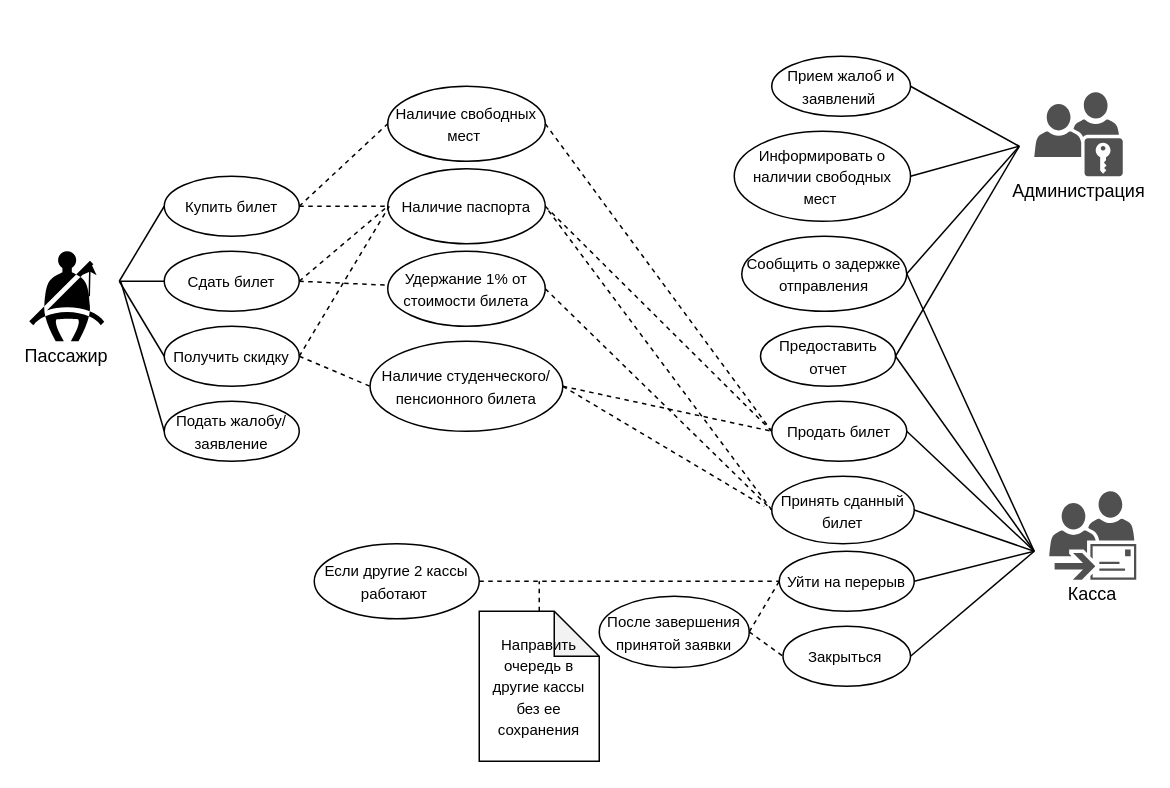
tacha7/Asya keeps this draw.io diagram as ticket.drawio. Above is the earlier version. Source tidied: cells renumbered, new cells numbered last; positions are measured from the earlier drawing's top-left corner, leaving out a move shared by most shapes. Both pictures are drawn from the tidied source at 150%, with x=0, y=0 at pixel (28, 56).
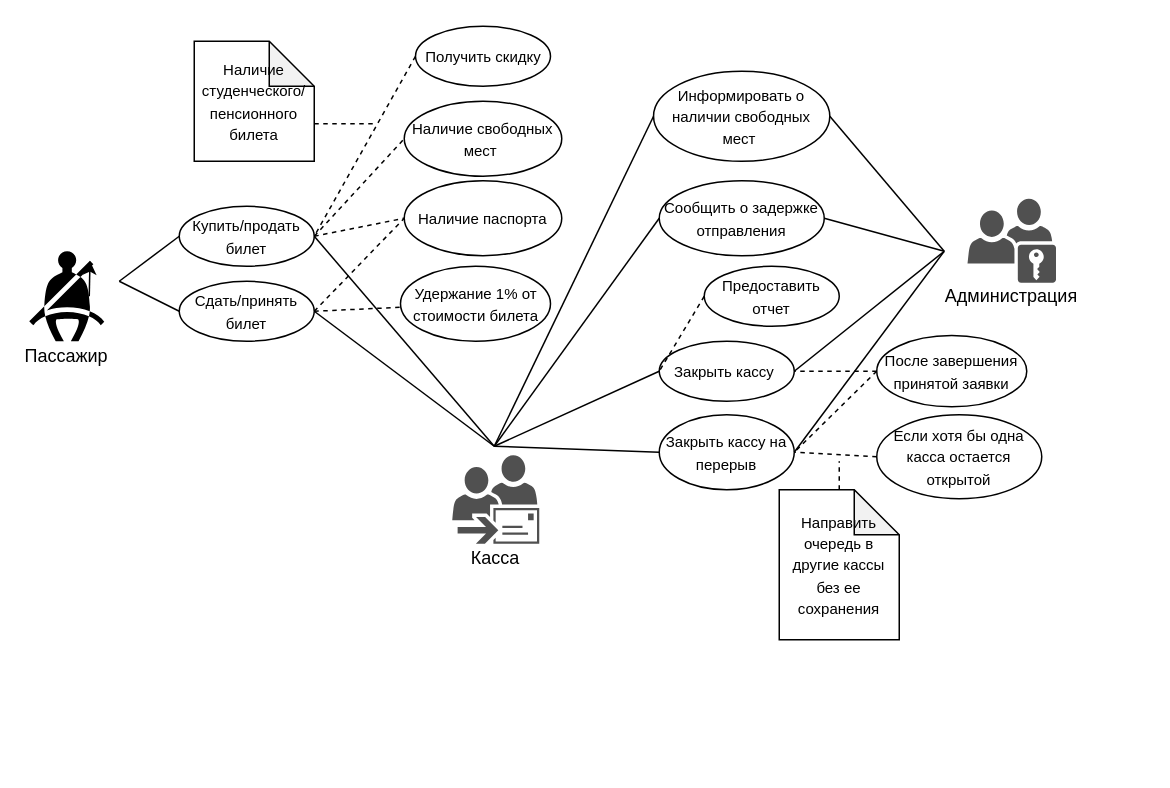
The same diagram, later.

The edit, as a diff of the source:
```diff
@@
     <mxCell id="3" style="shadow=0;dashed=0;html=1;strokeColor=none;fillColor=#505050;labelPosition=center;verticalLabelPosition=bottom;verticalAlign=top;align=center;shape=mxgraph.office.users.dynamic_distribution_group;" parent="1" vertex="1">
-      <mxGeometry x="680" y="290" width="58" height="59" as="geometry" />
+      <mxGeometry x="282" y="266" width="58" height="59" as="geometry" />
     </mxCell>
     <mxCell id="4" style="endArrow=none;dashed=1;html=1;exitX=0.5;exitY=0;exitDx=0;exitDy=0;exitPerimeter=0;" parent="1" edge="1" source="44">
       <mxGeometry relative="1" as="geometry">
-        <mxPoint x="340" y="350" as="targetPoint" />
+        <mxPoint x="540" y="270" as="targetPoint" />
       </mxGeometry>
     </mxCell>
-    <mxCell id="5" value="&lt;font style=&quot;font-size: 10px&quot;&gt;Купить билет&lt;/font&gt;" style="ellipse;whiteSpace=wrap;html=1;" parent="1" vertex="1">
-      <mxGeometry x="90" y="80" width="90" height="40" as="geometry" />
+    <mxCell id="5" value="&lt;font style=&quot;font-size: 10px&quot;&gt;Купить/продать билет&lt;/font&gt;" style="ellipse;whiteSpace=wrap;html=1;" parent="1" vertex="1">
+      <mxGeometry x="100" y="100" width="90" height="40" as="geometry" />
     </mxCell>
-    <mxCell id="6" value="&lt;font style=&quot;font-size: 10px&quot;&gt;Сдать билет&lt;/font&gt;" style="ellipse;whiteSpace=wrap;html=1;" parent="1" vertex="1">
-      <mxGeometry x="90" y="130" width="90" height="40" as="geometry" />
+    <mxCell id="6" value="&lt;font style=&quot;font-size: 10px&quot;&gt;Сдать/принять билет&lt;/font&gt;" style="ellipse;whiteSpace=wrap;html=1;" parent="1" vertex="1">
+      <mxGeometry x="100" y="150" width="90" height="40" as="geometry" />
     </mxCell>
     <mxCell id="7" value="&lt;font style=&quot;font-size: 10px&quot;&gt;Получить скидку&lt;/font&gt;" style="ellipse;whiteSpace=wrap;html=1;" parent="1" vertex="1">
-      <mxGeometry x="90" y="180" width="90" height="40" as="geometry" />
+      <mxGeometry x="257.5" y="-20" width="90" height="40" as="geometry" />
     </mxCell>
     <mxCell id="8" value="&lt;span style=&quot;font-size: 10px&quot;&gt;Наличие свободных мест&amp;nbsp;&lt;/span&gt;" style="ellipse;whiteSpace=wrap;html=1;" parent="1" vertex="1">
-      <mxGeometry x="239" y="20" width="105" height="50" as="geometry" />
+      <mxGeometry x="250" y="30" width="105" height="50" as="geometry" />
     </mxCell>
     <mxCell id="9" value="&lt;span style=&quot;font-size: 10px&quot;&gt;Наличие паспорта&lt;/span&gt;" style="ellipse;whiteSpace=wrap;html=1;" parent="1" vertex="1">
-      <mxGeometry x="239" y="75" width="105" height="50" as="geometry" />
+      <mxGeometry x="250" y="83" width="105" height="50" as="geometry" />
     </mxCell>
-    <mxCell id="10" value="&lt;span style=&quot;font-size: 10px&quot;&gt;Наличие студенческого/пенсионного билета&lt;/span&gt;" style="ellipse;whiteSpace=wrap;html=1;" parent="1" vertex="1">
-      <mxGeometry x="227.2" y="190" width="128.5" height="60" as="geometry" />
-    </mxCell>
     <mxCell id="11" value="&lt;span style=&quot;font-size: 10px&quot;&gt;Удержание 1% от стоимости билета&lt;/span&gt;" style="ellipse;whiteSpace=wrap;html=1;" parent="1" vertex="1">
-      <mxGeometry x="239" y="130" width="105" height="50" as="geometry" />
+      <mxGeometry x="247.5" y="140" width="100" height="50" as="geometry" />
     </mxCell>
-    <mxCell id="12" value="&lt;span style=&quot;font-size: 10px&quot;&gt;Продать билет&lt;/span&gt;" style="ellipse;whiteSpace=wrap;html=1;" parent="1" vertex="1">
-      <mxGeometry x="495" y="230" width="90" height="40" as="geometry" />
-    </mxCell>
-    <mxCell id="13" value="&lt;span style=&quot;font-size: 10px&quot;&gt;Принять сданный билет&lt;/span&gt;" style="ellipse;whiteSpace=wrap;html=1;" parent="1" vertex="1">
-      <mxGeometry x="495" y="280" width="95" height="45" as="geometry" />
-    </mxCell>
-    <mxCell id="14" value="&lt;span style=&quot;font-size: 10px&quot;&gt;Уйти на перерыв&lt;/span&gt;" style="ellipse;whiteSpace=wrap;html=1;" parent="1" vertex="1">
-      <mxGeometry x="500" y="330" width="90" height="40" as="geometry" />
+    <mxCell id="14" value="&lt;span style=&quot;font-size: 10px&quot;&gt;Закрыть кассу на перерыв&lt;/span&gt;" style="ellipse;whiteSpace=wrap;html=1;" parent="1" vertex="1">
+      <mxGeometry x="420" y="239" width="90" height="50" as="geometry" />
     </mxCell>
     <mxCell id="15" value="&lt;span style=&quot;font-size: 10px&quot;&gt;Предоставить&lt;br&gt;отчет&lt;/span&gt;" style="ellipse;whiteSpace=wrap;html=1;" parent="1" vertex="1">
-      <mxGeometry x="487.5" y="180" width="90" height="40" as="geometry" />
+      <mxGeometry x="450" y="140" width="90" height="40" as="geometry" />
     </mxCell>
-    <mxCell id="16" value="&lt;span style=&quot;font-size: 10px&quot;&gt;Закрыться&amp;nbsp;&lt;/span&gt;" style="ellipse;whiteSpace=wrap;html=1;" parent="1" vertex="1">
-      <mxGeometry x="502.5" y="380" width="85" height="40" as="geometry" />
+    <mxCell id="16" value="&lt;span style=&quot;font-size: 10px&quot;&gt;Закрыть кассу&amp;nbsp;&lt;/span&gt;" style="ellipse;whiteSpace=wrap;html=1;" parent="1" vertex="1">
+      <mxGeometry x="420" y="190" width="90" height="40" as="geometry" />
     </mxCell>
     <mxCell id="17" value="&lt;span style=&quot;font-size: 10px&quot;&gt;Сообщить о задержке отправления&lt;/span&gt;" style="ellipse;whiteSpace=wrap;html=1;" parent="1" vertex="1">
-      <mxGeometry x="475" y="120" width="110" height="50" as="geometry" />
+      <mxGeometry x="420" y="83" width="110" height="50" as="geometry" />
     </mxCell>
-    <mxCell id="18" value="&lt;span style=&quot;font-size: 10px&quot;&gt;Если другие 2 кассы работают&amp;nbsp;&lt;/span&gt;" style="ellipse;whiteSpace=wrap;html=1;" parent="1" vertex="1">
-      <mxGeometry x="190" y="325" width="110" height="50" as="geometry" />
+    <mxCell id="18" value="&lt;span style=&quot;font-size: 10px&quot;&gt;Если хотя бы одна касса остается открытой&lt;/span&gt;" style="ellipse;whiteSpace=wrap;html=1;" parent="1" vertex="1">
+      <mxGeometry x="565" y="239" width="110" height="56" as="geometry" />
     </mxCell>
     <mxCell id="19" value="&lt;span style=&quot;font-size: 10px&quot;&gt;После завершения принятой заявки&lt;/span&gt;" style="ellipse;whiteSpace=wrap;html=1;" parent="1" vertex="1">
-      <mxGeometry x="380" y="360" width="100" height="47.5" as="geometry" />
+      <mxGeometry x="565" y="186.2" width="100" height="47.5" as="geometry" />
     </mxCell>
     <mxCell id="20" style="shadow=0;dashed=0;html=1;strokeColor=none;fillColor=#505050;labelPosition=center;verticalLabelPosition=bottom;verticalAlign=top;align=center;shape=mxgraph.office.security.role_group;" parent="1" vertex="1">
-      <mxGeometry x="670" y="24" width="59" height="56" as="geometry" />
+      <mxGeometry x="625.5" y="95" width="59" height="56" as="geometry" />
     </mxCell>
@@
-    <mxCell id="24" style="endArrow=none;html=1;exitX=0;exitY=0.5;exitDx=0;exitDy=0;" parent="1" edge="1" source="7">
-      <mxGeometry relative="1" as="geometry">
-        <mxPoint x="60" y="150" as="targetPoint" />
-      </mxGeometry>
-    </mxCell>
-    <mxCell id="25" style="endArrow=none;html=1;exitX=1;exitY=0.5;exitDx=0;exitDy=0;" parent="1" edge="1" source="14">
+    <mxCell id="25" style="endArrow=none;html=1;exitX=0;exitY=0.5;exitDx=0;exitDy=0;" parent="1" edge="1" source="14">
       <mxGeometry relative="1" as="geometry">
-        <mxPoint x="670" y="330" as="targetPoint" />
+        <mxPoint x="310" y="260" as="targetPoint" />
       </mxGeometry>
     </mxCell>
-    <mxCell id="26" style="endArrow=none;html=1;exitX=1;exitY=0.5;exitDx=0;exitDy=0;" parent="1" edge="1" source="13">
+    <mxCell id="26" style="endArrow=none;html=1;" parent="1" edge="1">
       <mxGeometry relative="1" as="geometry">
-        <mxPoint x="670" y="330" as="targetPoint" />
+        <mxPoint x="190" y="170" as="sourcePoint" />
+        <mxPoint x="310" y="260" as="targetPoint" />
       </mxGeometry>
     </mxCell>
-    <mxCell id="27" style="endArrow=none;html=1;exitX=1;exitY=0.5;exitDx=0;exitDy=0;" parent="1" edge="1" source="15">
-      <mxGeometry relative="1" as="geometry">
-        <mxPoint x="670" y="330" as="targetPoint" />
-      </mxGeometry>
-    </mxCell>
-    <mxCell id="28" style="endArrow=none;html=1;exitX=1;exitY=0.5;exitDx=0;exitDy=0;" parent="1" edge="1" source="12">
+    <mxCell id="28" style="endArrow=none;html=1;exitX=1;exitY=0.5;exitDx=0;exitDy=0;" parent="1" edge="1" source="5">
       <mxGeometry relative="1" as="geometry">
-        <mxPoint x="670" y="330" as="targetPoint" />
+        <mxPoint x="310" y="260" as="targetPoint" />
       </mxGeometry>
     </mxCell>
-    <mxCell id="29" style="endArrow=none;html=1;exitX=1;exitY=0.5;exitDx=0;exitDy=0;" parent="1" edge="1" source="17">
-      <mxGeometry relative="1" as="geometry">
-        <mxPoint x="670" y="330" as="targetPoint" />
-      </mxGeometry>
-    </mxCell>
@@
-    <mxCell id="32" style="endArrow=none;dashed=1;html=1;exitX=1;exitY=0.5;exitDx=0;exitDy=0;entryX=0;entryY=0.5;entryDx=0;entryDy=0;" parent="1" edge="1" source="8" target="12">
-      <mxGeometry relative="1" as="geometry" />
-    </mxCell>
@@
-    <mxCell id="35" style="endArrow=none;dashed=1;html=1;exitX=1;exitY=0.5;exitDx=0;exitDy=0;entryX=0;entryY=0.5;entryDx=0;entryDy=0;" parent="1" edge="1" source="7" target="10">
-      <mxGeometry relative="1" as="geometry" />
-    </mxCell>
-    <mxCell id="36" style="endArrow=none;dashed=1;html=1;entryX=1;entryY=0.5;entryDx=0;entryDy=0;exitX=0;exitY=0.5;exitDx=0;exitDy=0;" parent="1" edge="1" source="13" target="9">
-      <mxGeometry relative="1" as="geometry" />
-    </mxCell>
-    <mxCell id="37" style="endArrow=none;dashed=1;html=1;exitX=1;exitY=0.5;exitDx=0;exitDy=0;entryX=0;entryY=0.5;entryDx=0;entryDy=0;" parent="1" edge="1" source="11" target="13">
-      <mxGeometry relative="1" as="geometry" />
-    </mxCell>
-    <mxCell id="38" style="endArrow=none;dashed=1;html=1;exitX=1;exitY=0.5;exitDx=0;exitDy=0;entryX=0;entryY=0.5;entryDx=0;entryDy=0;" parent="1" edge="1" source="9" target="12">
-      <mxGeometry relative="1" as="geometry" />
-    </mxCell>
-    <mxCell id="39" style="endArrow=none;dashed=1;html=1;exitX=1;exitY=0.5;exitDx=0;exitDy=0;entryX=0;entryY=0.5;entryDx=0;entryDy=0;" parent="1" edge="1" source="10" target="12">
-      <mxGeometry relative="1" as="geometry" />
-    </mxCell>
-    <mxCell id="40" style="endArrow=none;dashed=1;html=1;exitX=1;exitY=0.5;exitDx=0;exitDy=0;entryX=0;entryY=0.5;entryDx=0;entryDy=0;" parent="1" edge="1" source="18" target="14">
+    <mxCell id="40" style="endArrow=none;dashed=1;html=1;exitX=0;exitY=0.5;exitDx=0;exitDy=0;entryX=1;entryY=0.5;entryDx=0;entryDy=0;" parent="1" edge="1" source="18" target="14">
       <mxGeometry relative="1" as="geometry" />
     </mxCell>
-    <mxCell id="41" style="endArrow=none;dashed=1;html=1;entryX=0;entryY=0.5;entryDx=0;entryDy=0;exitX=1;exitY=0.5;exitDx=0;exitDy=0;" parent="1" edge="1" source="19" target="16">
+    <mxCell id="41" style="endArrow=none;dashed=1;html=1;entryX=1;entryY=0.5;entryDx=0;entryDy=0;exitX=0;exitY=0.5;exitDx=0;exitDy=0;" parent="1" edge="1" source="19" target="16">
       <mxGeometry relative="1" as="geometry" />
     </mxCell>
-    <mxCell id="42" style="endArrow=none;dashed=1;html=1;exitX=1;exitY=0.5;exitDx=0;exitDy=0;entryX=0;entryY=0.5;entryDx=0;entryDy=0;" parent="1" edge="1" source="19" target="14">
+    <mxCell id="42" style="endArrow=none;dashed=1;html=1;entryX=1;entryY=0.5;entryDx=0;entryDy=0;exitX=0;exitY=0.5;exitDx=0;exitDy=0;" parent="1" edge="1" source="19" target="14">
       <mxGeometry relative="1" as="geometry" />
     </mxCell>
-    <mxCell id="43" style="endArrow=none;html=1;entryX=1;entryY=0.5;entryDx=0;entryDy=0;" parent="1" edge="1" target="16">
+    <mxCell id="43" style="endArrow=none;html=1;entryX=0;entryY=0.5;entryDx=0;entryDy=0;" parent="1" edge="1" target="16">
       <mxGeometry relative="1" as="geometry">
-        <mxPoint x="670" y="330" as="sourcePoint" />
+        <mxPoint x="310" y="260" as="sourcePoint" />
       </mxGeometry>
     </mxCell>
     <mxCell id="44" value="&lt;span style=&quot;font-size: 10px&quot;&gt;Направить очередь в другие кассы без ее сохранения&lt;/span&gt;" style="shape=note;whiteSpace=wrap;html=1;backgroundOutline=1;darkOpacity=0.05;" parent="1" vertex="1">
-      <mxGeometry x="300" y="370" width="80" height="100" as="geometry" />
+      <mxGeometry x="500" y="289" width="80" height="100" as="geometry" />
     </mxCell>
     <mxCell id="45" value="&lt;span style=&quot;font-size: 10px&quot;&gt;Информировать о наличии свободных мест&amp;nbsp;&lt;/span&gt;" style="ellipse;whiteSpace=wrap;html=1;" parent="1" vertex="1">
-      <mxGeometry x="470" y="50" width="117.5" height="60" as="geometry" />
+      <mxGeometry x="416.2" y="10" width="117.5" height="60" as="geometry" />
     </mxCell>
     <mxCell id="46" style="endArrow=none;html=1;entryX=1;entryY=0.5;entryDx=0;entryDy=0;" parent="1" edge="1" target="45">
       <mxGeometry relative="1" as="geometry">
-        <mxPoint x="660" y="60" as="sourcePoint" />
+        <mxPoint x="610" y="130" as="sourcePoint" />
       </mxGeometry>
     </mxCell>
     <mxCell id="47" style="endArrow=none;html=1;entryX=1;entryY=0.5;entryDx=0;entryDy=0;" parent="1" edge="1" target="17">
       <mxGeometry relative="1" as="geometry">
-        <mxPoint x="660" y="60" as="sourcePoint" />
+        <mxPoint x="610" y="130" as="sourcePoint" />
       </mxGeometry>
     </mxCell>
-    <mxCell id="48" style="endArrow=none;html=1;entryX=1;entryY=0.5;entryDx=0;entryDy=0;" parent="1" edge="1" target="15">
-      <mxGeometry relative="1" as="geometry">
-        <mxPoint x="660" y="60" as="sourcePoint" />
-      </mxGeometry>
-    </mxCell>
-    <mxCell id="49" value="&lt;font style=&quot;font-size: 10px&quot;&gt;Прием жалоб и заявлений&amp;nbsp;&lt;/font&gt;" style="ellipse;whiteSpace=wrap;html=1;" parent="1" vertex="1">
-      <mxGeometry x="495" width="92.5" height="40" as="geometry" />
-    </mxCell>
-    <mxCell id="50" style="endArrow=none;html=1;entryX=1;entryY=0.5;entryDx=0;entryDy=0;" parent="1" edge="1" target="49">
-      <mxGeometry relative="1" as="geometry">
-        <mxPoint x="660" y="60" as="sourcePoint" />
-      </mxGeometry>
-    </mxCell>
-    <mxCell id="51" style="endArrow=none;dashed=1;html=1;exitX=1;exitY=0.5;exitDx=0;exitDy=0;" parent="1" edge="1" source="7">
-      <mxGeometry relative="1" as="geometry">
-        <mxPoint x="240" y="100" as="targetPoint" />
-      </mxGeometry>
+    <mxCell id="51" style="endArrow=none;dashed=1;html=1;exitX=0;exitY=0.5;exitDx=0;exitDy=0;entryX=1;entryY=0.5;entryDx=0;entryDy=0;" parent="1" edge="1" source="7" target="5">
+      <mxGeometry relative="1" as="geometry" />
     </mxCell>
-    <mxCell id="52" style="endArrow=none;dashed=1;html=1;exitX=1;exitY=0.5;exitDx=0;exitDy=0;" parent="1" edge="1" source="10">
-      <mxGeometry relative="1" as="geometry">
-        <mxPoint x="490" y="300" as="targetPoint" />
-      </mxGeometry>
-    </mxCell>
-    <mxCell id="53" value="&lt;font style=&quot;font-size: 10px&quot;&gt;Подать жалобу/заявление&lt;/font&gt;" style="ellipse;whiteSpace=wrap;html=1;" parent="1" vertex="1">
-      <mxGeometry x="90" y="230" width="90" height="40" as="geometry" />
-    </mxCell>
-    <mxCell id="54" style="endArrow=none;html=1;exitX=0;exitY=0.5;exitDx=0;exitDy=0;" parent="1" edge="1" source="53">
-      <mxGeometry relative="1" as="geometry">
-        <mxPoint x="61" y="150" as="targetPoint" />
-      </mxGeometry>
-    </mxCell>
@@
     <mxCell id="56" value="Администрация" style="text;html=1;strokeColor=none;fillColor=none;align=center;verticalAlign=middle;whiteSpace=wrap;rounded=0;" parent="1" vertex="1">
-      <mxGeometry x="679.5" y="80" width="40" height="20" as="geometry" />
+      <mxGeometry x="635" y="150" width="40" height="20" as="geometry" />
     </mxCell>
     <mxCell id="57" value="Касса" style="text;html=1;strokeColor=none;fillColor=none;align=center;verticalAlign=middle;whiteSpace=wrap;rounded=0;" parent="1" vertex="1">
-      <mxGeometry x="689" y="349" width="40" height="20" as="geometry" />
+      <mxGeometry x="291" y="325" width="40" height="20" as="geometry" />
     </mxCell>
+    <mxCell id="10" value="&lt;span style=&quot;font-size: 10px&quot;&gt;Наличие студенческого/пенсионного билета&lt;/span&gt;" style="shape=note;whiteSpace=wrap;html=1;backgroundOutline=1;darkOpacity=0.05;" parent="1" vertex="1">
+      <mxGeometry x="110" y="-10" width="80" height="80" as="geometry" />
+    </mxCell>
+    <mxCell id="58" style="endArrow=none;dashed=1;html=1;exitX=0;exitY=0;exitDx=80;exitDy=55;exitPerimeter=0;" parent="1" edge="1" source="10">
+      <mxGeometry relative="1" as="geometry">
+        <mxPoint x="230" y="45" as="targetPoint" />
+      </mxGeometry>
+    </mxCell>
+    <mxCell id="59" style="edgeStyle=orthogonalEdgeStyle;rounded=0;orthogonalLoop=1;jettySize=auto;html=1;exitX=0.5;exitY=1;exitDx=0;exitDy=0;" parent="1" edge="1" source="17" target="17">
+      <mxGeometry relative="1" as="geometry" />
+    </mxCell>
+    <mxCell id="60" style="endArrow=none;html=1;exitX=1;exitY=0.5;exitDx=0;exitDy=0;" parent="1" edge="1" source="16">
+      <mxGeometry relative="1" as="geometry">
+        <mxPoint x="610" y="130" as="targetPoint" />
+      </mxGeometry>
+    </mxCell>
+    <mxCell id="61" style="endArrow=none;html=1;exitX=1;exitY=0.5;exitDx=0;exitDy=0;" parent="1" edge="1" source="14">
+      <mxGeometry relative="1" as="geometry">
+        <mxPoint x="610" y="130" as="targetPoint" />
+      </mxGeometry>
+    </mxCell>
+    <mxCell id="62" style="endArrow=none;html=1;entryX=0;entryY=0.5;entryDx=0;entryDy=0;" parent="1" edge="1" target="17">
+      <mxGeometry relative="1" as="geometry">
+        <mxPoint x="310" y="260" as="sourcePoint" />
+      </mxGeometry>
+    </mxCell>
+    <mxCell id="63" style="endArrow=none;html=1;entryX=0;entryY=0.5;entryDx=0;entryDy=0;" parent="1" edge="1" target="45">
+      <mxGeometry relative="1" as="geometry">
+        <mxPoint x="310" y="260" as="sourcePoint" />
+      </mxGeometry>
+    </mxCell>
+    <mxCell id="64" style="endArrow=none;dashed=1;html=1;entryX=0;entryY=0.5;entryDx=0;entryDy=0;exitX=0;exitY=0.5;exitDx=0;exitDy=0;" parent="1" edge="1" source="15" target="16">
+      <mxGeometry relative="1" as="geometry" />
+    </mxCell>
```
